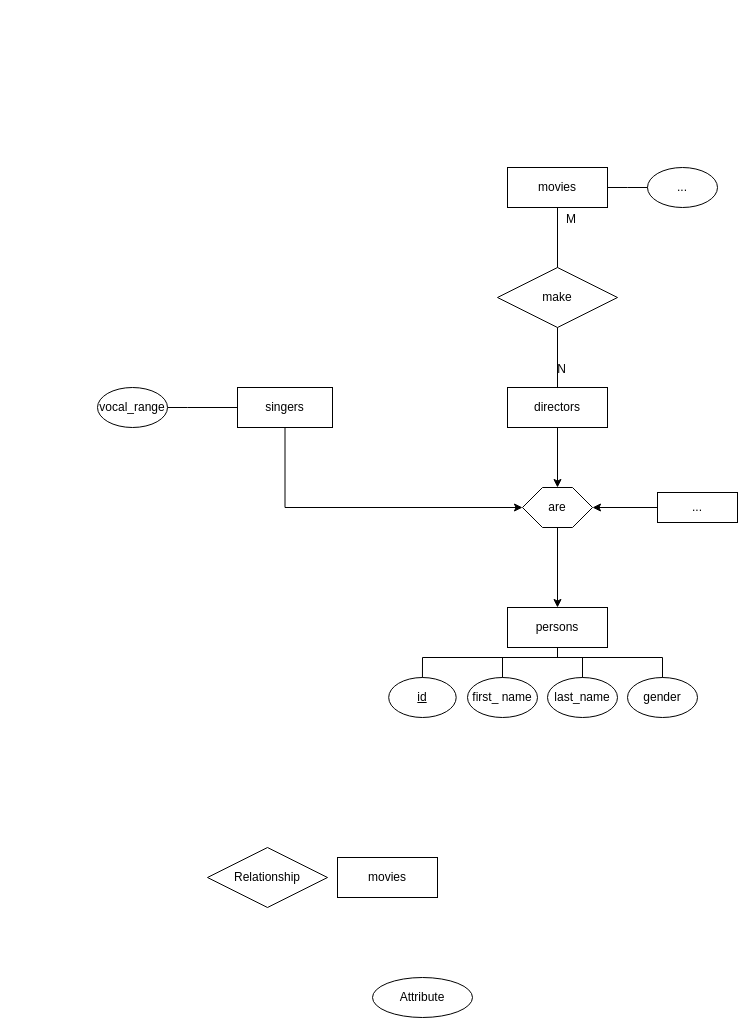
The draw.io diagram assignment_01/Aufgabe4.drawio in leoforster10010/UdS_BDE, before the edit. Source tidied: cells renumbered, new cells numbered last; positions are measured from the earlier drawing's top-left corner, leaving out a move shared by most shapes. Both pictures are drawn from the tidied source at 100%, with x=0, y=0 at pixel (97, 167).
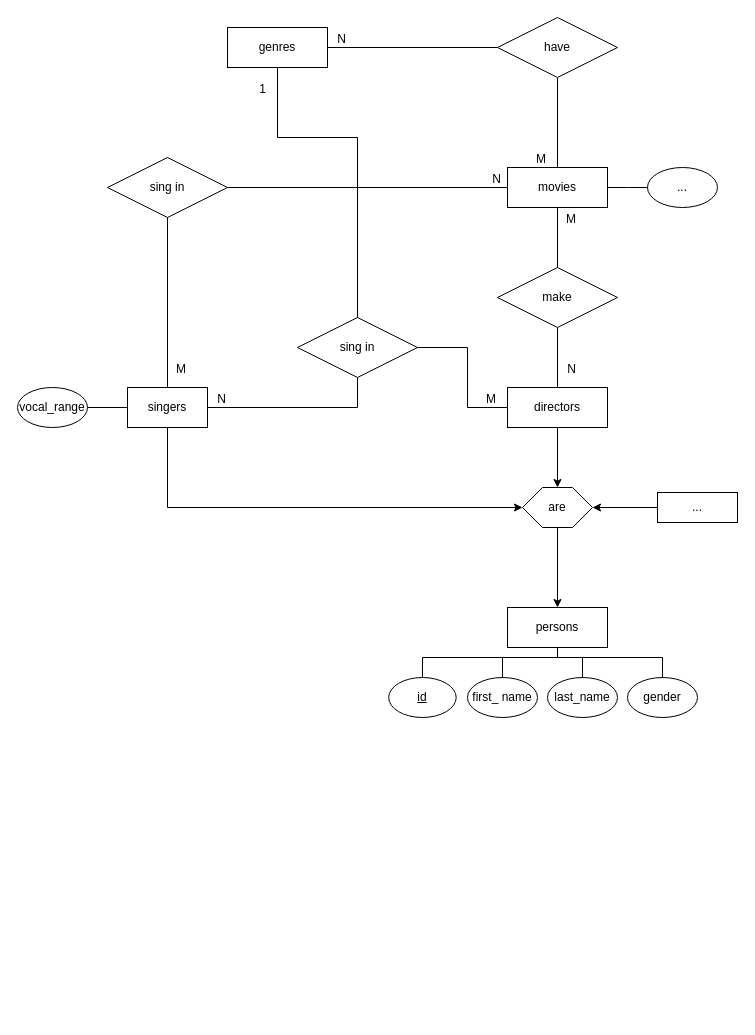
Above is the later version.

Unchanged cells that the change refers to:
```xml
<mxCell id="3" value="movies" style="whiteSpace=wrap;html=1;align=center;" parent="1" vertex="1">
  <mxGeometry x="410" width="100" height="40" as="geometry" />
</mxCell>
<mxCell id="5" style="endArrow=none;html=1;rounded=0;exitX=0.5;exitY=1;exitDx=0;exitDy=0;" parent="1" edge="1" source="4">
  <mxGeometry relative="1" as="geometry">
    <mxPoint x="460" y="220" as="targetPoint" />
  </mxGeometry>
</mxCell>
<mxCell id="11" value="directors" style="whiteSpace=wrap;html=1;align=center;" parent="1" vertex="1">
  <mxGeometry x="410" y="220" width="100" height="40" as="geometry" />
</mxCell>
```

Diff of the diagram source:
```diff
@@
-    <mxCell id="2" value="Relationship" style="shape=rhombus;perimeter=rhombusPerimeter;whiteSpace=wrap;html=1;align=center;" parent="1" vertex="1">
-      <mxGeometry x="110" y="680" width="120" height="60" as="geometry" />
-    </mxCell>
@@
     <mxCell id="6" value="N" style="html=1;whiteSpace=wrap;align=right;verticalAlign=bottom;" parent="5" vertex="1">
       <mxGeometry x="1" relative="1" as="geometry">
-        <mxPoint x="10" y="-10" as="offset" />
+        <mxPoint x="20" y="-10" as="offset" />
       </mxGeometry>
     </mxCell>
@@
-    <mxCell id="9" value="movies" style="whiteSpace=wrap;html=1;align=center;" parent="1" vertex="1">
-      <mxGeometry x="240" y="690" width="100" height="40" as="geometry" />
-    </mxCell>
@@
-    <mxCell id="16" value="Attribute" style="ellipse;whiteSpace=wrap;html=1;align=center;" parent="1" vertex="1">
-      <mxGeometry x="275" y="810" width="100" height="40" as="geometry" />
-    </mxCell>
@@
     <mxCell id="25" value="singers" style="whiteSpace=wrap;html=1;align=center;" parent="1" vertex="1">
-      <mxGeometry x="140" y="220" width="95" height="40" as="geometry" />
+      <mxGeometry x="30" y="220" width="80" height="40" as="geometry" />
     </mxCell>
@@
     <mxCell id="30" style="endArrow=none;html=1;rounded=0;exitX=1;exitY=0.5;exitDx=0;exitDy=0;entryX=0;entryY=0.5;entryDx=0;entryDy=0;" parent="1" edge="1" source="31" target="25">
       <mxGeometry relative="1" as="geometry">
         <Array as="points">
-          <mxPoint x="90" y="240" />
+          <mxPoint x="-20" y="240" />
         </Array>
       </mxGeometry>
     </mxCell>
     <mxCell id="31" value="vocal_range" style="ellipse;whiteSpace=wrap;html=1;align=center;" parent="1" vertex="1">
-      <mxGeometry y="220" width="70" height="40" as="geometry" />
+      <mxGeometry x="-80" y="220" width="70" height="40" as="geometry" />
     </mxCell>
+    <mxCell id="32" value="sing in" style="shape=rhombus;perimeter=rhombusPerimeter;whiteSpace=wrap;html=1;align=center;" parent="1" vertex="1">
+      <mxGeometry x="10" y="-10" width="120" height="60" as="geometry" />
+    </mxCell>
+    <mxCell id="33" style="endArrow=none;html=1;rounded=0;exitX=1;exitY=0.5;exitDx=0;exitDy=0;entryX=0;entryY=0.5;entryDx=0;entryDy=0;" parent="1" edge="1" source="32" target="3">
+      <mxGeometry relative="1" as="geometry" />
+    </mxCell>
+    <mxCell id="34" value="N" style="html=1;whiteSpace=wrap;align=right;verticalAlign=bottom;" parent="33" vertex="1">
+      <mxGeometry x="1" relative="1" as="geometry">
+        <mxPoint x="-5" as="offset" />
+      </mxGeometry>
+    </mxCell>
+    <mxCell id="35" style="endArrow=none;html=1;rounded=0;entryX=0.5;entryY=0;entryDx=0;entryDy=0;exitX=0.5;exitY=1;exitDx=0;exitDy=0;" parent="1" edge="1" source="32" target="25">
+      <mxGeometry relative="1" as="geometry" />
+    </mxCell>
+    <mxCell id="36" value="M" style="html=1;whiteSpace=wrap;align=right;verticalAlign=bottom;" parent="35" vertex="1">
+      <mxGeometry x="1" relative="1" as="geometry">
+        <mxPoint x="20" y="-10" as="offset" />
+      </mxGeometry>
+    </mxCell>
+    <mxCell id="37" value="genres" style="whiteSpace=wrap;html=1;align=center;" parent="1" vertex="1">
+      <mxGeometry x="130" y="-140" width="100" height="40" as="geometry" />
+    </mxCell>
+    <mxCell id="38" style="endArrow=none;html=1;rounded=0;entryX=0.5;entryY=0;entryDx=0;entryDy=0;exitX=0.5;exitY=1;exitDx=0;exitDy=0;" parent="1" edge="1" source="40" target="3">
+      <mxGeometry relative="1" as="geometry" />
+    </mxCell>
+    <mxCell id="39" value="M" style="html=1;whiteSpace=wrap;align=right;verticalAlign=bottom;" parent="38" vertex="1">
+      <mxGeometry x="1" relative="1" as="geometry">
+        <mxPoint x="-10" as="offset" />
+      </mxGeometry>
+    </mxCell>
+    <mxCell id="40" value="have" style="shape=rhombus;perimeter=rhombusPerimeter;whiteSpace=wrap;html=1;align=center;" parent="1" vertex="1">
+      <mxGeometry x="400" y="-150" width="120" height="60" as="geometry" />
+    </mxCell>
+    <mxCell id="41" style="endArrow=none;html=1;rounded=0;exitX=0;exitY=0.5;exitDx=0;exitDy=0;entryX=1;entryY=0.5;entryDx=0;entryDy=0;" parent="1" edge="1" source="40" target="37">
+      <mxGeometry relative="1" as="geometry" />
+    </mxCell>
+    <mxCell id="42" value="N" style="html=1;whiteSpace=wrap;align=right;verticalAlign=bottom;" parent="41" vertex="1">
+      <mxGeometry x="1" relative="1" as="geometry">
+        <mxPoint x="20" as="offset" />
+      </mxGeometry>
+    </mxCell>
+    <mxCell id="43" value="sing in" style="shape=rhombus;perimeter=rhombusPerimeter;whiteSpace=wrap;html=1;align=center;" parent="1" vertex="1">
+      <mxGeometry x="200" y="150" width="120" height="60" as="geometry" />
+    </mxCell>
+    <mxCell id="44" style="endArrow=none;html=1;rounded=0;exitX=0.5;exitY=1;exitDx=0;exitDy=0;entryX=1;entryY=0.5;entryDx=0;entryDy=0;" parent="1" edge="1" source="43" target="25">
+      <mxGeometry relative="1" as="geometry">
+        <Array as="points">
+          <mxPoint x="260" y="240" />
+        </Array>
+      </mxGeometry>
+    </mxCell>
+    <mxCell id="45" value="N" style="html=1;whiteSpace=wrap;align=right;verticalAlign=bottom;" parent="44" vertex="1">
+      <mxGeometry x="1" relative="1" as="geometry">
+        <mxPoint x="20" as="offset" />
+      </mxGeometry>
+    </mxCell>
+    <mxCell id="46" style="endArrow=none;html=1;rounded=0;exitX=1;exitY=0.5;exitDx=0;exitDy=0;entryX=0;entryY=0.5;entryDx=0;entryDy=0;" parent="1" edge="1" source="43" target="11">
+      <mxGeometry relative="1" as="geometry">
+        <Array as="points">
+          <mxPoint x="370" y="180" />
+          <mxPoint x="370" y="240" />
+        </Array>
+      </mxGeometry>
+    </mxCell>
+    <mxCell id="47" value="M" style="html=1;whiteSpace=wrap;align=right;verticalAlign=bottom;" parent="46" vertex="1">
+      <mxGeometry x="1" relative="1" as="geometry">
+        <mxPoint x="-10" as="offset" />
+      </mxGeometry>
+    </mxCell>
+    <mxCell id="48" style="endArrow=none;html=1;rounded=0;exitX=0.5;exitY=1;exitDx=0;exitDy=0;entryX=0.5;entryY=0;entryDx=0;entryDy=0;" parent="1" edge="1" source="37" target="43">
+      <mxGeometry relative="1" as="geometry">
+        <Array as="points">
+          <mxPoint x="180" y="-30" />
+          <mxPoint x="260" y="-30" />
+        </Array>
+      </mxGeometry>
+    </mxCell>
+    <mxCell id="49" value="1" style="html=1;whiteSpace=wrap;align=right;verticalAlign=bottom;" parent="48" vertex="1">
+      <mxGeometry x="1" relative="1" as="geometry">
+        <mxPoint x="-90" y="-220" as="offset" />
+      </mxGeometry>
+    </mxCell>
```
